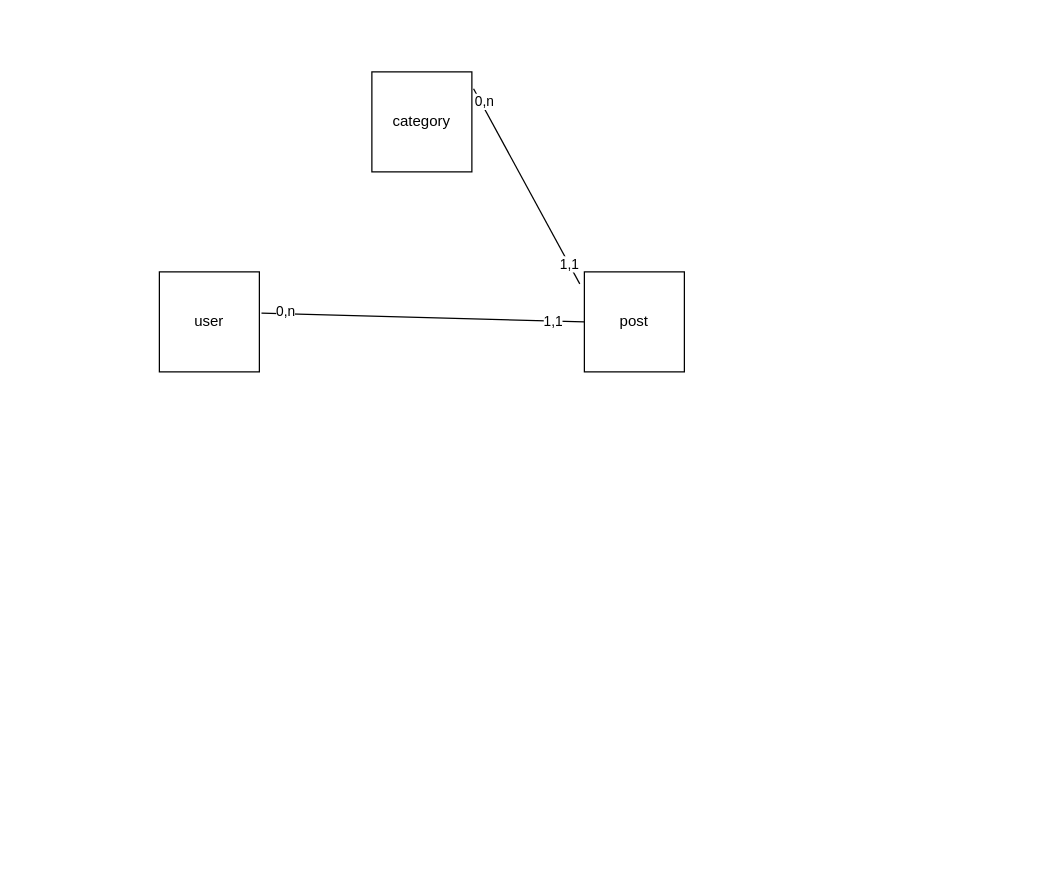
jc-aziaha/afci_jd keeps this draw.io diagram as mcd.drawio. Above is the earlier version. Source tidied: cells renumbered, new cells numbered last; positions are measured from the earlier drawing's top-left corner, leaving out a move shared by most shapes. Both pictures are drawn from the tidied source at 125%, with x=0, y=0 at pixel (159, 71).
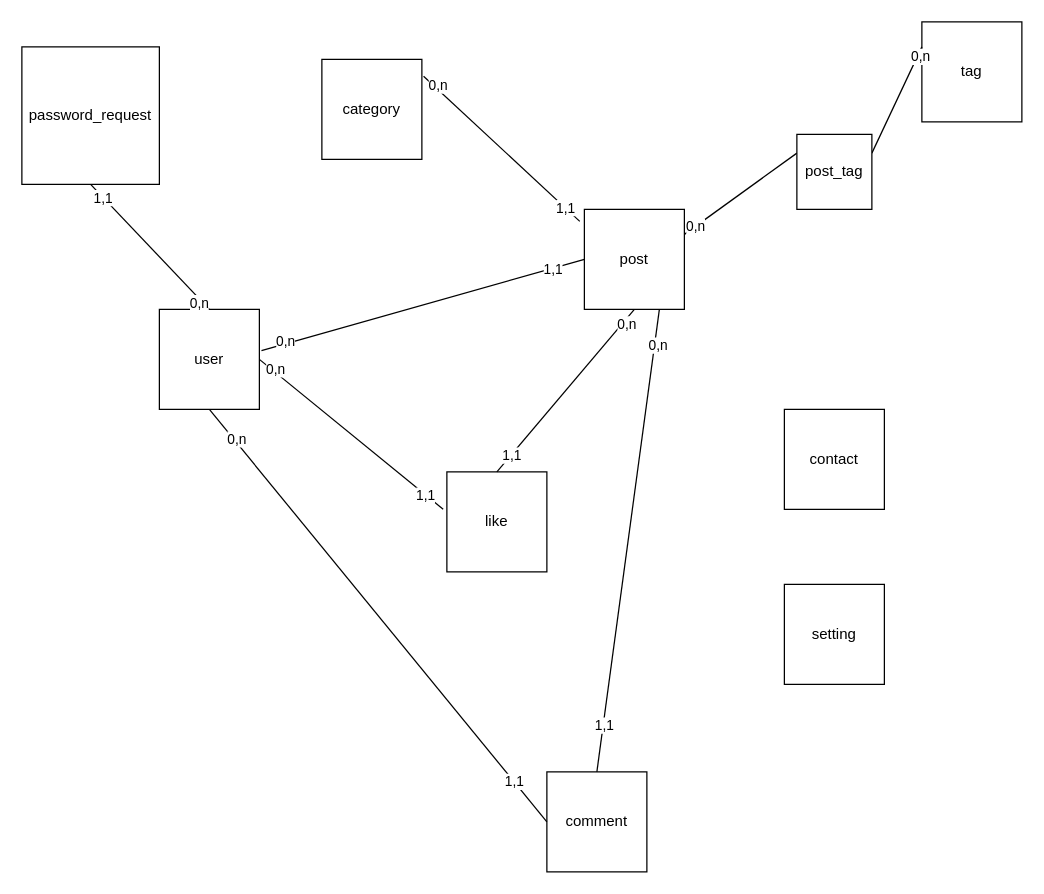
The same page after the edit.

Change to the diagram source:
```diff
@@
     <mxCell id="2" value="category" style="whiteSpace=wrap;html=1;" parent="1" vertex="1">
-      <mxGeometry x="170" width="80" height="80" as="geometry" />
+      <mxGeometry x="130" y="-10" width="80" height="80" as="geometry" />
     </mxCell>
     <mxCell id="3" value="post" style="whiteSpace=wrap;html=1;" parent="1" vertex="1">
-      <mxGeometry x="340" y="160" width="80" height="80" as="geometry" />
+      <mxGeometry x="340" y="110" width="80" height="80" as="geometry" />
     </mxCell>
@@
     <mxCell id="7" value="user" style="whiteSpace=wrap;html=1;" parent="1" vertex="1">
-      <mxGeometry y="160" width="80" height="80" as="geometry" />
+      <mxGeometry y="190" width="80" height="80" as="geometry" />
     </mxCell>
@@
+    <mxCell id="11" value="tag" style="whiteSpace=wrap;html=1;" parent="1" vertex="1">
+      <mxGeometry x="610" y="-40" width="80" height="80" as="geometry" />
+    </mxCell>
+    <mxCell id="12" style="endArrow=none;html=1;exitX=0;exitY=0.25;exitDx=0;exitDy=0;entryX=1;entryY=0.25;entryDx=0;entryDy=0;startArrow=none;" parent="1" edge="1" source="16" target="3">
+      <mxGeometry relative="1" as="geometry" />
+    </mxCell>
+    <mxCell id="13" value="0,n" style="edgeLabel;html=1;align=center;verticalAlign=middle;" parent="12" vertex="1">
+      <mxGeometry x="0.8" relative="1" as="geometry" />
+    </mxCell>
+    <mxCell id="14" style="endArrow=none;html=1;exitX=0;exitY=0.25;exitDx=0;exitDy=0;entryX=1;entryY=0.25;entryDx=0;entryDy=0;" parent="1" edge="1" source="11" target="16">
+      <mxGeometry relative="1" as="geometry" />
+    </mxCell>
+    <mxCell id="15" value="0,n" style="edgeLabel;html=1;align=center;verticalAlign=middle;" parent="14" vertex="1">
+      <mxGeometry x="-0.85" y="2" relative="1" as="geometry" />
+    </mxCell>
+    <mxCell id="16" value="post_tag" style="whiteSpace=wrap;html=1;" parent="1" vertex="1">
+      <mxGeometry x="510" y="50" width="60" height="60" as="geometry" />
+    </mxCell>
+    <mxCell id="17" value="password_request" style="whiteSpace=wrap;html=1;" parent="1" vertex="1">
+      <mxGeometry x="-110" y="-20" width="110" height="110" as="geometry" />
+    </mxCell>
+    <mxCell id="18" style="endArrow=none;html=1;exitX=0.5;exitY=0;exitDx=0;exitDy=0;entryX=0.5;entryY=1;entryDx=0;entryDy=0;" parent="1" edge="1" source="7" target="17">
+      <mxGeometry relative="1" as="geometry" />
+    </mxCell>
+    <mxCell id="19" value="0,n" style="edgeLabel;html=1;align=center;verticalAlign=middle;" parent="18" vertex="1">
+      <mxGeometry x="-0.85" y="2" relative="1" as="geometry" />
+    </mxCell>
+    <mxCell id="20" value="1,1" style="edgeLabel;html=1;align=center;verticalAlign=middle;" parent="18" vertex="1">
+      <mxGeometry x="0.8" relative="1" as="geometry" />
+    </mxCell>
+    <mxCell id="21" value="contact" style="whiteSpace=wrap;html=1;" parent="1" vertex="1">
+      <mxGeometry x="500" y="270" width="80" height="80" as="geometry" />
+    </mxCell>
+    <mxCell id="22" value="setting" style="whiteSpace=wrap;html=1;" parent="1" vertex="1">
+      <mxGeometry x="500" y="410" width="80" height="80" as="geometry" />
+    </mxCell>
+    <mxCell id="23" value="like" style="whiteSpace=wrap;html=1;" parent="1" vertex="1">
+      <mxGeometry x="230" y="320" width="80" height="80" as="geometry" />
+    </mxCell>
+    <mxCell id="24" style="endArrow=none;html=1;exitX=1;exitY=0.5;exitDx=0;exitDy=0;entryX=-0.037;entryY=0.373;entryDx=0;entryDy=0;entryPerimeter=0;" parent="1" edge="1" source="7" target="23">
+      <mxGeometry relative="1" as="geometry" />
+    </mxCell>
+    <mxCell id="25" value="0,n" style="edgeLabel;html=1;align=center;verticalAlign=middle;" parent="24" vertex="1">
+      <mxGeometry x="-0.85" y="2" relative="1" as="geometry" />
+    </mxCell>
+    <mxCell id="26" value="1,1" style="edgeLabel;html=1;align=center;verticalAlign=middle;" parent="24" vertex="1">
+      <mxGeometry x="0.8" relative="1" as="geometry" />
+    </mxCell>
+    <mxCell id="27" style="endArrow=none;html=1;exitX=0.5;exitY=1;exitDx=0;exitDy=0;entryX=0.5;entryY=0;entryDx=0;entryDy=0;" parent="1" edge="1" source="3" target="23">
+      <mxGeometry relative="1" as="geometry" />
+    </mxCell>
+    <mxCell id="28" value="0,n" style="edgeLabel;html=1;align=center;verticalAlign=middle;" parent="27" vertex="1">
+      <mxGeometry x="-0.85" y="2" relative="1" as="geometry" />
+    </mxCell>
+    <mxCell id="29" value="1,1" style="edgeLabel;html=1;align=center;verticalAlign=middle;" parent="27" vertex="1">
+      <mxGeometry x="0.8" relative="1" as="geometry" />
+    </mxCell>
+    <mxCell id="30" value="comment" style="whiteSpace=wrap;html=1;" parent="1" vertex="1">
+      <mxGeometry x="310" y="560" width="80" height="80" as="geometry" />
+    </mxCell>
+    <mxCell id="31" style="endArrow=none;html=1;exitX=0.75;exitY=1;exitDx=0;exitDy=0;entryX=0.5;entryY=0;entryDx=0;entryDy=0;" parent="1" edge="1" source="3" target="30">
+      <mxGeometry relative="1" as="geometry" />
+    </mxCell>
+    <mxCell id="32" value="0,n" style="edgeLabel;html=1;align=center;verticalAlign=middle;" parent="31" vertex="1">
+      <mxGeometry x="-0.85" y="2" relative="1" as="geometry" />
+    </mxCell>
+    <mxCell id="33" value="1,1" style="edgeLabel;html=1;align=center;verticalAlign=middle;" parent="31" vertex="1">
+      <mxGeometry x="0.8" relative="1" as="geometry" />
+    </mxCell>
+    <mxCell id="34" style="endArrow=none;html=1;exitX=0.5;exitY=1;exitDx=0;exitDy=0;entryX=0;entryY=0.5;entryDx=0;entryDy=0;" parent="1" edge="1" source="7" target="30">
+      <mxGeometry relative="1" as="geometry" />
+    </mxCell>
+    <mxCell id="35" value="0,n" style="edgeLabel;html=1;align=center;verticalAlign=middle;" parent="34" vertex="1">
+      <mxGeometry x="-0.85" y="2" relative="1" as="geometry" />
+    </mxCell>
+    <mxCell id="36" value="1,1" style="edgeLabel;html=1;align=center;verticalAlign=middle;" parent="34" vertex="1">
+      <mxGeometry x="0.8" relative="1" as="geometry" />
+    </mxCell>
```
